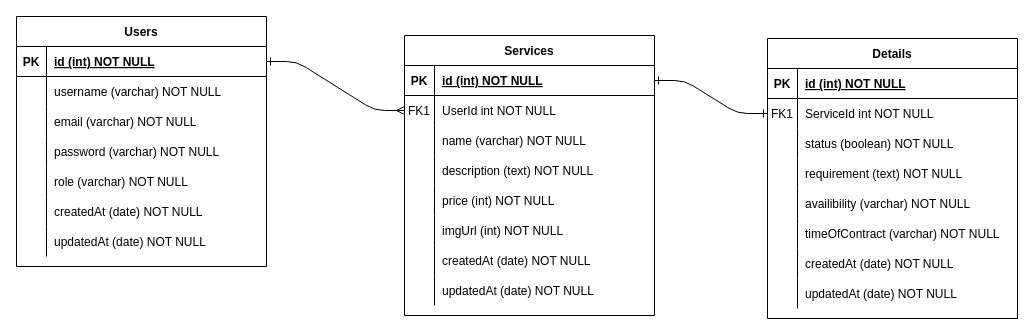
narindaGp/Fotoin keeps this draw.io diagram as Fotoin scheme.drawio. Above is the earlier version. Source tidied: cells renumbered, new cells numbered last; positions are measured from the earlier drawing's top-left corner, leaving out a move shared by most shapes. Both pictures are drawn from the tidied source at 100%, with x=0, y=0 at pixel (16, 16).
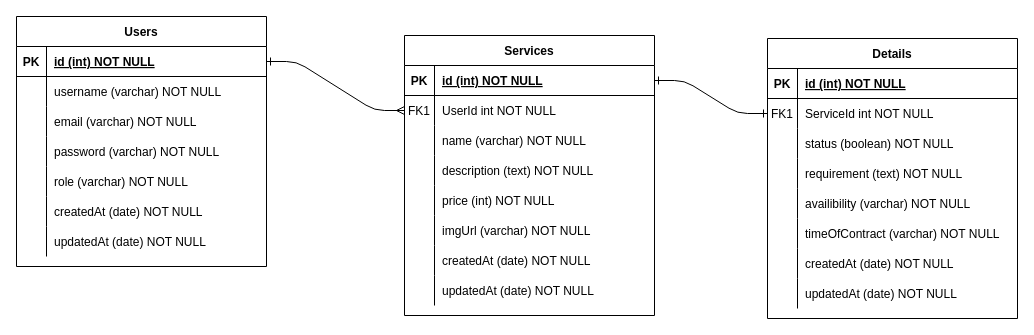
The same diagram, later.

Unchanged cells that the change refers to:
```xml
<mxCell id="20" style="shape=partialRectangle;fillColor=none;top=0;left=0;right=0;bottom=0;" parent="4" vertex="1">
  <mxGeometry y="180" width="250" height="30" as="geometry" />
</mxCell>
```

Change to the diagram source:
```diff
@@
-    <mxCell id="22" value="imgUrl (int) NOT NULL" style="shape=partialRectangle;overflow=hidden;fillColor=none;top=0;left=0;bottom=0;right=0;align=left;spacingLeft=6;" parent="20" vertex="1">
+    <mxCell id="22" value="imgUrl (varchar) NOT NULL" style="shape=partialRectangle;overflow=hidden;fillColor=none;top=0;left=0;bottom=0;right=0;align=left;spacingLeft=6;" parent="20" vertex="1">
       <mxGeometry x="30" width="220" height="30" as="geometry" />
     </mxCell>
```
